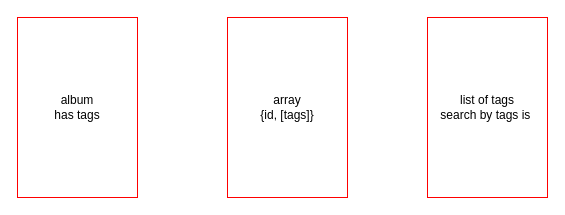
Earlier version of the draw.io diagram page "Page-4" (4 of 4) of assets/Wireframe.drawio (thomasrcham/freshcogs-v1). Source tidied: cells renumbered, new cells numbered last; positions are measured from the earlier drawing's top-left corner, leaving out a move shared by most shapes. Both pictures are drawn from the tidied source at 100%, with x=0, y=0 at pixel (17, 17).
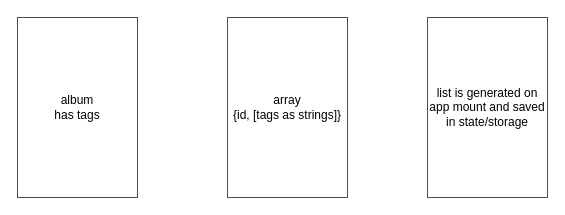
The same page after the edit.

Diff of the diagram source:
```diff
@@
 <mxGraphModel>
   <root>
     <mxCell id="0" />
     <mxCell id="1" parent="0" />
     <mxCell id="2" value="album&lt;br&gt;has tags" style="rounded=0;whiteSpace=wrap;html=1;strokeColor=#FF0000;" parent="1" vertex="1">
       <mxGeometry width="120" height="180" as="geometry" />
     </mxCell>
-    <mxCell id="3" value="list of tags&lt;br&gt;search by tags is&amp;nbsp;" style="rounded=0;whiteSpace=wrap;html=1;strokeColor=#FF0000;" parent="1" vertex="1">
+    <mxCell id="3" value="list is generated on app mount and saved in state/storage" style="rounded=0;whiteSpace=wrap;html=1;strokeColor=#FF0000;" parent="1" vertex="1">
       <mxGeometry x="410" width="120" height="180" as="geometry" />
     </mxCell>
-    <mxCell id="4" value="array&lt;br&gt;{id, [tags]}" style="rounded=0;whiteSpace=wrap;html=1;strokeColor=#FF0000;" parent="1" vertex="1">
+    <mxCell id="4" value="array&lt;br&gt;{id, [tags as strings]}" style="rounded=0;whiteSpace=wrap;html=1;strokeColor=#FF0000;" parent="1" vertex="1">
       <mxGeometry x="210" width="120" height="180" as="geometry" />
     </mxCell>
   </root>
 </mxGraphModel>
```
